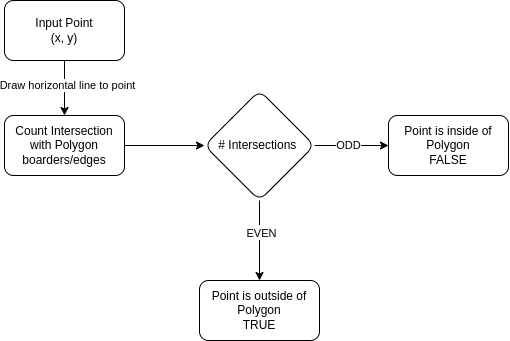
Above: UML_charts/point_in_polygon.drawio.png in 20korvin01/geoinformatics_ex2 (draw.io), before the change. Source tidied: cells renumbered, new cells last; positions are measured from the earlier drawing's top-left corner, leaving out a move shared by most shapes. The source it was exported from:
```xml
<mxGraphModel>
  <root>
    <mxCell id="0" />
    <mxCell id="1" parent="0" />
    <mxCell id="2" style="edgeStyle=orthogonalEdgeStyle;rounded=0;jettySize=auto;html=1;" parent="1" edge="1" source="4" target="6">
      <mxGeometry relative="1" as="geometry" />
    </mxCell>
    <mxCell id="3" value="Draw horizontal line to point" style="edgeLabel;html=1;align=center;verticalAlign=middle;" parent="2" vertex="1">
      <mxGeometry x="-0.11" y="3" relative="1" as="geometry" />
    </mxCell>
    <mxCell id="4" value="Input Point&lt;div&gt;(x, y)&lt;/div&gt;" style="rounded=1;whiteSpace=wrap;html=1;" parent="1" vertex="1">
      <mxGeometry width="120" height="60" as="geometry" />
    </mxCell>
    <mxCell id="5" style="edgeStyle=orthogonalEdgeStyle;rounded=0;jettySize=auto;html=1;" parent="1" edge="1" source="6" target="12">
      <mxGeometry relative="1" as="geometry" />
    </mxCell>
    <mxCell id="6" value="Count Intersection with Polygon boarders/edges" style="rounded=1;whiteSpace=wrap;html=1;" parent="1" vertex="1">
      <mxGeometry y="115" width="120" height="60" as="geometry" />
    </mxCell>
    <mxCell id="7" style="edgeStyle=orthogonalEdgeStyle;rounded=0;jettySize=auto;html=1;" parent="1" edge="1" source="12" target="13">
      <mxGeometry relative="1" as="geometry" />
    </mxCell>
    <mxCell id="8" value="Even" style="edgeLabel;html=1;align=center;verticalAlign=middle;" parent="7" vertex="1">
      <mxGeometry x="-0.23" y="2" relative="1" as="geometry" />
    </mxCell>
    <mxCell id="9" value="EVEN" style="edgeLabel;html=1;align=center;verticalAlign=middle;" parent="7" vertex="1">
      <mxGeometry x="-0.18" y="2" relative="1" as="geometry" />
    </mxCell>
    <mxCell id="10" style="edgeStyle=orthogonalEdgeStyle;rounded=0;jettySize=auto;html=1;" parent="1" edge="1" source="12" target="14">
      <mxGeometry relative="1" as="geometry" />
    </mxCell>
    <mxCell id="11" value="ODD" style="edgeLabel;html=1;align=center;verticalAlign=middle;" parent="10" vertex="1">
      <mxGeometry x="-0.09" relative="1" as="geometry" />
    </mxCell>
    <mxCell id="12" value="# Intersections&amp;nbsp;" style="rhombus;whiteSpace=wrap;html=1;rounded=1;" parent="1" vertex="1">
      <mxGeometry x="200" y="90" width="110" height="110" as="geometry" />
    </mxCell>
    <mxCell id="13" value="Point is outside of Polygon&lt;div&gt;TRUE&lt;/div&gt;" style="whiteSpace=wrap;html=1;rounded=1;" parent="1" vertex="1">
      <mxGeometry x="195" y="280" width="120" height="60" as="geometry" />
    </mxCell>
    <mxCell id="14" value="Point is inside of Polygon&lt;div&gt;FALSE&lt;/div&gt;" style="rounded=1;whiteSpace=wrap;html=1;" parent="1" vertex="1">
      <mxGeometry x="384" y="115" width="120" height="60" as="geometry" />
    </mxCell>
  </root>
</mxGraphModel>
```
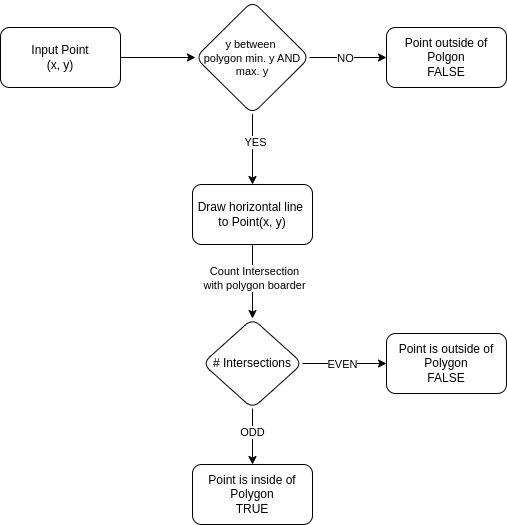
After the change.

Commit message:
newest UML point in polygon

Diff of the diagram source:
```diff
@@ -2,44 +2,67 @@
   <root>
     <mxCell id="0" />
     <mxCell id="1" parent="0" />
-    <mxCell id="2" style="edgeStyle=orthogonalEdgeStyle;rounded=0;jettySize=auto;html=1;" parent="1" edge="1" source="4" target="6">
-      <mxGeometry relative="1" as="geometry" />
-    </mxCell>
-    <mxCell id="3" value="Draw horizontal line to point" style="edgeLabel;html=1;align=center;verticalAlign=middle;" parent="2" vertex="1">
-      <mxGeometry x="-0.11" y="3" relative="1" as="geometry" />
-    </mxCell>
+    <mxCell id="15" style="edgeStyle=orthogonalEdgeStyle;rounded=0;jettySize=auto;html=1;" parent="1" edge="1" source="4" target="21">
+      <mxGeometry relative="1" as="geometry" />
+    </mxCell>
     <mxCell id="4" value="Input Point&lt;div&gt;(x, y)&lt;/div&gt;" style="rounded=1;whiteSpace=wrap;html=1;" parent="1" vertex="1">
       <mxGeometry width="120" height="60" as="geometry" />
     </mxCell>
     <mxCell id="5" style="edgeStyle=orthogonalEdgeStyle;rounded=0;jettySize=auto;html=1;" parent="1" edge="1" source="6" target="12">
       <mxGeometry relative="1" as="geometry" />
     </mxCell>
+    <mxCell id="16" value="Count Intersection&lt;div&gt;with polygon boarder&lt;/div&gt;" style="edgeLabel;html=1;align=center;verticalAlign=middle;" parent="5" vertex="1">
+      <mxGeometry x="-0.29" y="-2" relative="1" as="geometry">
+        <mxPoint x="3" y="7" as="offset" />
+      </mxGeometry>
+    </mxCell>
-    <mxCell id="6" value="Count Intersection with Polygon boarders/edges" style="rounded=1;whiteSpace=wrap;html=1;" parent="1" vertex="1">
-      <mxGeometry y="115" width="120" height="60" as="geometry" />
+    <mxCell id="6" value="Draw horizontal line&amp;nbsp;&lt;div&gt;to Point(x, y)&lt;/div&gt;" style="rounded=1;whiteSpace=wrap;html=1;" parent="1" vertex="1">
+      <mxGeometry x="192" y="157" width="120" height="60" as="geometry" />
     </mxCell>
-    <mxCell id="7" style="edgeStyle=orthogonalEdgeStyle;rounded=0;jettySize=auto;html=1;" parent="1" edge="1" source="12" target="13">
-      <mxGeometry relative="1" as="geometry" />
-    </mxCell>
-    <mxCell id="8" value="Even" style="edgeLabel;html=1;align=center;verticalAlign=middle;" parent="7" vertex="1">
-      <mxGeometry x="-0.23" y="2" relative="1" as="geometry" />
-    </mxCell>
+    <mxCell id="14" value="Point is inside of Polygon&lt;div&gt;TRUE&lt;/div&gt;" style="rounded=1;whiteSpace=wrap;html=1;" parent="1" vertex="1">
+      <mxGeometry x="192" y="437" width="120" height="60" as="geometry" />
+    </mxCell>
+    <mxCell id="17" style="edgeStyle=orthogonalEdgeStyle;rounded=0;jettySize=auto;html=1;" parent="1" edge="1" source="21" target="22">
+      <mxGeometry relative="1" as="geometry" />
+    </mxCell>
+    <mxCell id="18" value="NO" style="edgeLabel;html=1;align=center;verticalAlign=middle;" parent="17" vertex="1">
+      <mxGeometry x="-0.36" y="-2" relative="1" as="geometry">
+        <mxPoint x="10" y="-2" as="offset" />
+      </mxGeometry>
+    </mxCell>
+    <mxCell id="19" style="edgeStyle=orthogonalEdgeStyle;rounded=0;jettySize=auto;html=1;" parent="1" edge="1" source="21" target="6">
+      <mxGeometry relative="1" as="geometry" />
+    </mxCell>
+    <mxCell id="20" value="YES" style="edgeLabel;html=1;align=center;verticalAlign=middle;" parent="19" vertex="1">
+      <mxGeometry x="-0.2" y="2" relative="1" as="geometry" />
+    </mxCell>
+    <mxCell id="21" value="&lt;font style=&quot;font-size: 11px;&quot;&gt;y between&amp;nbsp;&lt;/font&gt;&lt;div style=&quot;font-size: 11px;&quot;&gt;&lt;font style=&quot;font-size: 11px;&quot;&gt;polygon min. y AND max. y&lt;/font&gt;&lt;/div&gt;" style="rhombus;whiteSpace=wrap;html=1;rounded=1;" parent="1" vertex="1">
+      <mxGeometry x="195" y="-26.5" width="114" height="113" as="geometry" />
+    </mxCell>
+    <mxCell id="22" value="Point outside of Polgon&lt;div&gt;FALSE&lt;/div&gt;" style="whiteSpace=wrap;html=1;rounded=1;" parent="1" vertex="1">
+      <mxGeometry x="386" width="120" height="60" as="geometry" />
+    </mxCell>
+    <mxCell id="23" style="edgeStyle=orthogonalEdgeStyle;rounded=0;jettySize=auto;html=1;" parent="1" edge="1" source="12" target="24">
+      <mxGeometry relative="1" as="geometry" />
+    </mxCell>
-    <mxCell id="9" value="EVEN" style="edgeLabel;html=1;align=center;verticalAlign=middle;" parent="7" vertex="1">
-      <mxGeometry x="-0.18" y="2" relative="1" as="geometry" />
+    <mxCell id="9" value="EVEN" style="edgeLabel;html=1;align=center;verticalAlign=middle;" parent="23" vertex="1">
+      <mxGeometry x="-0.05" y="-3" relative="1" as="geometry">
+        <mxPoint x="-1" y="-3" as="offset" />
+      </mxGeometry>
     </mxCell>
     <mxCell id="10" style="edgeStyle=orthogonalEdgeStyle;rounded=0;jettySize=auto;html=1;" parent="1" edge="1" source="12" target="14">
       <mxGeometry relative="1" as="geometry" />
     </mxCell>
     <mxCell id="11" value="ODD" style="edgeLabel;html=1;align=center;verticalAlign=middle;" parent="10" vertex="1">
-      <mxGeometry x="-0.09" relative="1" as="geometry" />
+      <mxGeometry x="0.07" y="-3" relative="1" as="geometry">
+        <mxPoint x="2" y="-7" as="offset" />
+      </mxGeometry>
     </mxCell>
-    <mxCell id="12" value="# Intersections&amp;nbsp;" style="rhombus;whiteSpace=wrap;html=1;rounded=1;" parent="1" vertex="1">
-      <mxGeometry x="200" y="90" width="110" height="110" as="geometry" />
+    <mxCell id="12" value="# Intersections" style="rhombus;whiteSpace=wrap;html=1;rounded=1;" parent="1" vertex="1">
+      <mxGeometry x="202" y="291" width="100" height="90" as="geometry" />
     </mxCell>
-    <mxCell id="13" value="Point is outside of Polygon&lt;div&gt;TRUE&lt;/div&gt;" style="whiteSpace=wrap;html=1;rounded=1;" parent="1" vertex="1">
-      <mxGeometry x="195" y="280" width="120" height="60" as="geometry" />
-    </mxCell>
-    <mxCell id="14" value="Point is inside of Polygon&lt;div&gt;FALSE&lt;/div&gt;" style="rounded=1;whiteSpace=wrap;html=1;" parent="1" vertex="1">
-      <mxGeometry x="384" y="115" width="120" height="60" as="geometry" />
-    </mxCell>
+    <mxCell id="24" value="Point is outside of Polygon&lt;div&gt;FALSE&lt;/div&gt;" style="whiteSpace=wrap;html=1;rounded=1;" parent="1" vertex="1">
+      <mxGeometry x="386" y="306" width="120" height="60" as="geometry" />
+    </mxCell>
   </root>
 </mxGraphModel>
```
